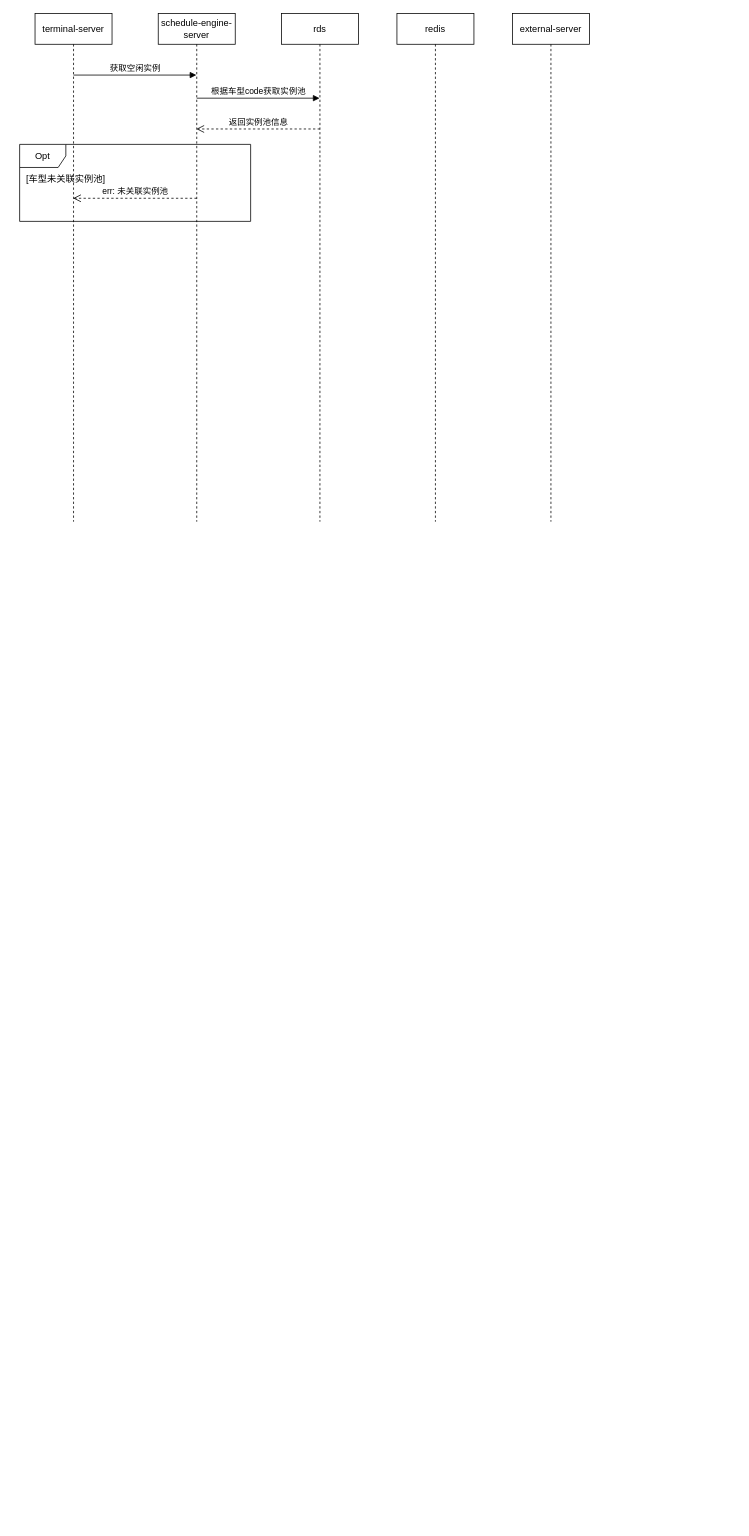
The draw.io diagram mbo/调度引擎-获取空闲实例.drawio in twomorehours/drawio-repo, before the edit. Source tidied: cells renumbered, new cells numbered last; positions are measured from the earlier drawing's top-left corner, leaving out a move shared by most shapes. Both pictures are drawn from the tidied source at 77%, with x=0, y=0 at pixel (19, 13).
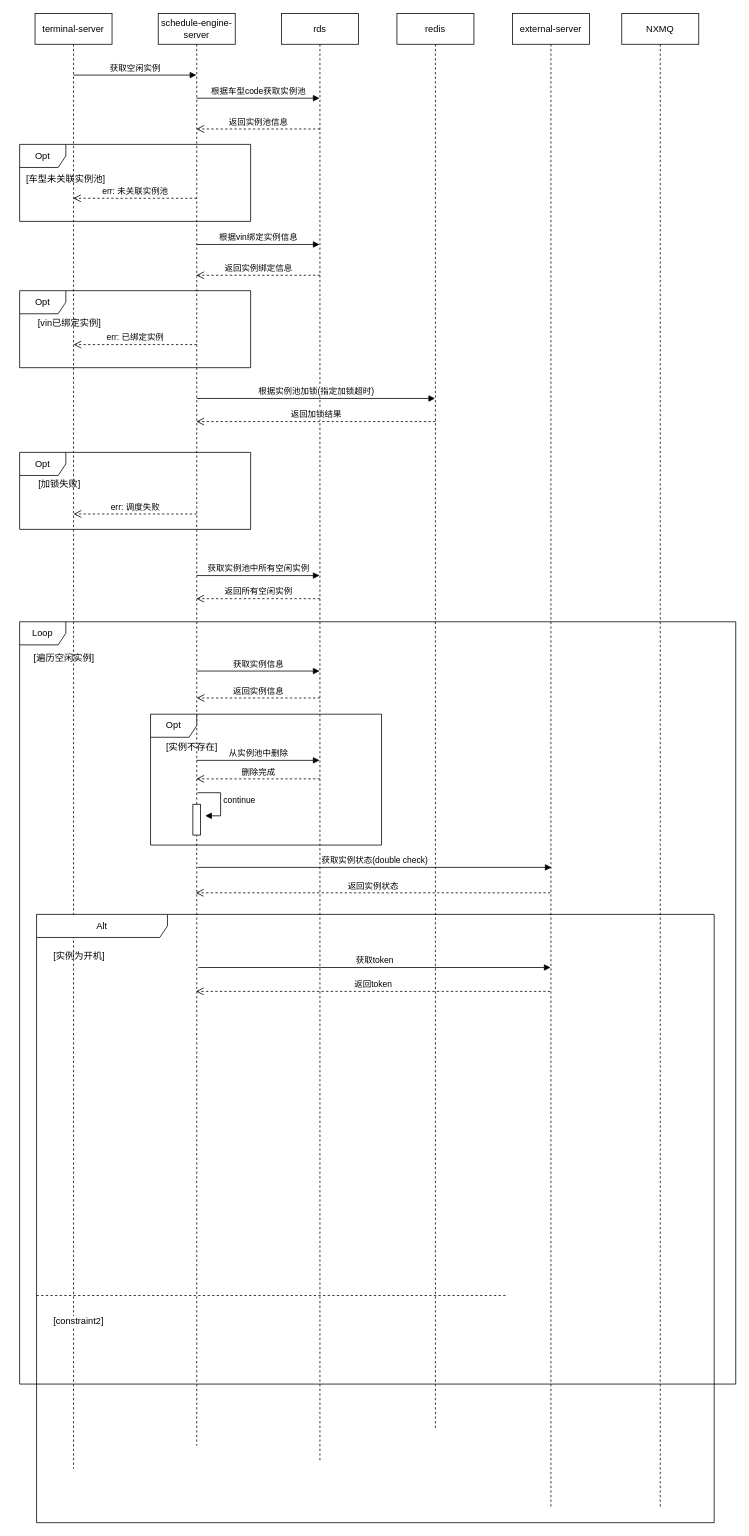
The same page after the edit.

Commit message:
已添加 调度引擎-获取空闲实例.drawio

Change to the diagram source:
```diff
@@
     <mxCell id="2" value="terminal-server" style="shape=umlLifeline;perimeter=lifelinePerimeter;whiteSpace=wrap;html=1;outlineConnect=0;portConstraint=eastwest;newEdgeStyle={&quot;curved&quot;:0,&quot;rounded&quot;:0};" parent="1" vertex="1">
-      <mxGeometry x="20" width="100" height="660" as="geometry" />
+      <mxGeometry x="20" width="100" height="1890" as="geometry" />
     </mxCell>
     <mxCell id="3" value="schedule-engine-server" style="shape=umlLifeline;perimeter=lifelinePerimeter;whiteSpace=wrap;html=1;outlineConnect=0;portConstraint=eastwest;newEdgeStyle={&quot;curved&quot;:0,&quot;rounded&quot;:0};" parent="1" vertex="1">
-      <mxGeometry x="180" width="100" height="660" as="geometry" />
+      <mxGeometry x="180" width="100" height="1860" as="geometry" />
     </mxCell>
     <mxCell id="4" value="rds" style="shape=umlLifeline;perimeter=lifelinePerimeter;whiteSpace=wrap;html=1;outlineConnect=0;portConstraint=eastwest;newEdgeStyle={&quot;curved&quot;:0,&quot;rounded&quot;:0};" parent="1" vertex="1">
-      <mxGeometry x="340" width="100" height="660" as="geometry" />
+      <mxGeometry x="340" width="100" height="1880" as="geometry" />
     </mxCell>
     <mxCell id="5" value="redis" style="shape=umlLifeline;perimeter=lifelinePerimeter;whiteSpace=wrap;html=1;outlineConnect=0;portConstraint=eastwest;newEdgeStyle={&quot;curved&quot;:0,&quot;rounded&quot;:0};" parent="1" vertex="1">
-      <mxGeometry x="490" width="100" height="660" as="geometry" />
+      <mxGeometry x="490" width="100" height="1840" as="geometry" />
     </mxCell>
     <mxCell id="6" value="external-server" style="shape=umlLifeline;perimeter=lifelinePerimeter;whiteSpace=wrap;html=1;newEdgeStyle={&quot;curved&quot;:0,&quot;rounded&quot;:0};" parent="1" vertex="1">
-      <mxGeometry x="640" width="100" height="660" as="geometry" />
+      <mxGeometry x="640" width="100" height="1940" as="geometry" />
     </mxCell>
@@
+    <mxCell id="13" value="根据vin绑定实例信息" style="html=1;verticalAlign=bottom;endArrow=block;curved=0;rounded=0;" parent="1" edge="1" target="4">
+      <mxGeometry relative="1" as="geometry">
+        <mxPoint x="230" y="300" as="sourcePoint" />
+      </mxGeometry>
+    </mxCell>
+    <mxCell id="14" value="返回实例绑定信息" style="html=1;verticalAlign=bottom;endArrow=open;dashed=1;endSize=8;curved=0;rounded=0;" parent="1" edge="1">
+      <mxGeometry relative="1" as="geometry">
+        <mxPoint x="390" y="340" as="sourcePoint" />
+        <mxPoint x="229.5" y="340" as="targetPoint" />
+      </mxGeometry>
+    </mxCell>
+    <mxCell id="15" value="Opt" style="shape=umlFrame;whiteSpace=wrap;html=1;" parent="1" vertex="1">
+      <mxGeometry y="360" width="300" height="100" as="geometry" />
+    </mxCell>
+    <mxCell id="16" value="[vin已绑定实例]" style="text;html=1;strokeColor=none;fillColor=none;align=center;verticalAlign=middle;whiteSpace=wrap;rounded=0;" parent="1" vertex="1">
+      <mxGeometry x="5" y="388" width="120" height="30" as="geometry" />
+    </mxCell>
+    <mxCell id="17" value="err: 已绑定实例" style="html=1;verticalAlign=bottom;endArrow=open;dashed=1;endSize=8;curved=0;rounded=0;" parent="1" edge="1">
+      <mxGeometry relative="1" as="geometry">
+        <mxPoint x="230" y="430" as="sourcePoint" />
+        <mxPoint x="70" y="430" as="targetPoint" />
+      </mxGeometry>
+    </mxCell>
+    <mxCell id="18" value="根据实例池加锁(指定加锁超时)" style="html=1;verticalAlign=bottom;endArrow=block;curved=0;rounded=0;" parent="1" edge="1" target="5">
+      <mxGeometry relative="1" as="geometry">
+        <mxPoint x="230" y="500" as="sourcePoint" />
+      </mxGeometry>
+    </mxCell>
+    <mxCell id="19" value="返回加锁结果" style="html=1;verticalAlign=bottom;endArrow=open;dashed=1;endSize=8;curved=0;rounded=0;" parent="1" edge="1" target="3">
+      <mxGeometry relative="1" as="geometry">
+        <mxPoint x="540" y="530" as="sourcePoint" />
+      </mxGeometry>
+    </mxCell>
+    <mxCell id="20" value="Opt" style="shape=umlFrame;whiteSpace=wrap;html=1;" parent="1" vertex="1">
+      <mxGeometry y="570" width="300" height="100" as="geometry" />
+    </mxCell>
+    <mxCell id="21" value="[加锁失败]" style="text;html=1;strokeColor=none;fillColor=none;align=center;verticalAlign=middle;whiteSpace=wrap;rounded=0;" parent="1" vertex="1">
+      <mxGeometry x="-8" y="596" width="120" height="30" as="geometry" />
+    </mxCell>
+    <mxCell id="22" value="err: 调度失败" style="html=1;verticalAlign=bottom;endArrow=open;dashed=1;endSize=8;curved=0;rounded=0;" parent="1" edge="1">
+      <mxGeometry relative="1" as="geometry">
+        <mxPoint x="230" y="650" as="sourcePoint" />
+        <mxPoint x="70" y="650" as="targetPoint" />
+      </mxGeometry>
+    </mxCell>
+    <mxCell id="23" value="获取实例池中所有空闲实例" style="html=1;verticalAlign=bottom;endArrow=block;curved=0;rounded=0;" parent="1" edge="1" target="4">
+      <mxGeometry relative="1" as="geometry">
+        <mxPoint x="230" y="730" as="sourcePoint" />
+      </mxGeometry>
+    </mxCell>
+    <mxCell id="24" value="返回所有空闲实例" style="html=1;verticalAlign=bottom;endArrow=open;dashed=1;endSize=8;curved=0;rounded=0;" parent="1" edge="1" target="3">
+      <mxGeometry relative="1" as="geometry">
+        <mxPoint x="390" y="760" as="sourcePoint" />
+      </mxGeometry>
+    </mxCell>
+    <mxCell id="25" value="Loop" style="shape=umlFrame;whiteSpace=wrap;html=1;" parent="1" vertex="1">
+      <mxGeometry y="790" width="930" height="990" as="geometry" />
+    </mxCell>
+    <mxCell id="26" value="[遍历空闲实例]" style="text;html=1;strokeColor=none;fillColor=none;align=center;verticalAlign=middle;whiteSpace=wrap;rounded=0;" parent="1" vertex="1">
+      <mxGeometry x="10" y="822" width="96" height="30" as="geometry" />
+    </mxCell>
+    <mxCell id="27" value="获取实例状态(double check)" style="html=1;verticalAlign=bottom;endArrow=block;curved=0;rounded=0;" parent="1" edge="1">
+      <mxGeometry relative="1" as="geometry">
+        <mxPoint x="231.2" y="1109" as="sourcePoint" />
+        <mxPoint x="690.8" y="1109" as="targetPoint" />
+      </mxGeometry>
+    </mxCell>
+    <mxCell id="28" value="返回实例状态" style="html=1;verticalAlign=bottom;endArrow=open;dashed=1;endSize=8;curved=0;rounded=0;" parent="1" edge="1">
+      <mxGeometry relative="1" as="geometry">
+        <mxPoint x="689.2" y="1142" as="sourcePoint" />
+        <mxPoint x="228.8" y="1142" as="targetPoint" />
+      </mxGeometry>
+    </mxCell>
+    <mxCell id="29" value="Alt" style="shape=umlFrame;whiteSpace=wrap;html=1;width=170;" parent="1" vertex="1">
+      <mxGeometry x="22" y="1170" width="880" height="790" as="geometry" />
+    </mxCell>
+    <mxCell id="30" value="[实例为开机]" style="text;html=1;" parent="29" vertex="1">
+      <mxGeometry width="100" height="20" relative="1" as="geometry">
+        <mxPoint x="20" y="40" as="offset" />
+      </mxGeometry>
+    </mxCell>
+    <mxCell id="31" value="[constraint2]" style="line;strokeWidth=1;dashed=1;labelPosition=center;verticalLabelPosition=bottom;align=left;verticalAlign=top;spacingLeft=20;spacingTop=15;html=1;whiteSpace=wrap;" parent="29" vertex="1">
+      <mxGeometry y="490" width="610" height="10" as="geometry" />
+    </mxCell>
+    <mxCell id="32" value="获取token" style="html=1;verticalAlign=bottom;endArrow=block;curved=0;rounded=0;" parent="29" edge="1">
+      <mxGeometry relative="1" as="geometry">
+        <mxPoint x="210" y="69" as="sourcePoint" />
+        <mxPoint x="667.5" y="69" as="targetPoint" />
+      </mxGeometry>
+    </mxCell>
+    <mxCell id="33" value="返回token" style="html=1;verticalAlign=bottom;endArrow=open;dashed=1;endSize=8;curved=0;rounded=0;" parent="29" edge="1">
+      <mxGeometry relative="1" as="geometry">
+        <mxPoint x="667" y="100" as="sourcePoint" />
+        <mxPoint x="207" y="100" as="targetPoint" />
+      </mxGeometry>
+    </mxCell>
+    <mxCell id="34" value="NXMQ" style="shape=umlLifeline;perimeter=lifelinePerimeter;whiteSpace=wrap;html=1;newEdgeStyle={&quot;curved&quot;:0,&quot;rounded&quot;:0};" parent="1" vertex="1">
+      <mxGeometry x="782" width="100" height="1940" as="geometry" />
+    </mxCell>
+    <mxCell id="35" value="获取实例信息" style="html=1;verticalAlign=bottom;endArrow=block;curved=0;rounded=0;" parent="1" edge="1">
+      <mxGeometry relative="1" as="geometry">
+        <mxPoint x="230" y="854" as="sourcePoint" />
+        <mxPoint x="389.5" y="854" as="targetPoint" />
+      </mxGeometry>
+    </mxCell>
+    <mxCell id="36" value="返回实例信息" style="html=1;verticalAlign=bottom;endArrow=open;dashed=1;endSize=8;curved=0;rounded=0;" parent="1" edge="1">
+      <mxGeometry relative="1" as="geometry">
+        <mxPoint x="390" y="889" as="sourcePoint" />
+        <mxPoint x="230" y="889" as="targetPoint" />
+      </mxGeometry>
+    </mxCell>
+    <mxCell id="37" value="Opt" style="shape=umlFrame;whiteSpace=wrap;html=1;" parent="1" vertex="1">
+      <mxGeometry x="170" y="910" width="300" height="170" as="geometry" />
+    </mxCell>
+    <mxCell id="38" value="[实例不存在]" style="text;html=1;strokeColor=none;fillColor=none;align=center;verticalAlign=middle;whiteSpace=wrap;rounded=0;" parent="1" vertex="1">
+      <mxGeometry x="176" y="938" width="96" height="30" as="geometry" />
+    </mxCell>
+    <mxCell id="39" value="从实例池中删除" style="html=1;verticalAlign=bottom;endArrow=block;curved=0;rounded=0;" parent="1" edge="1" target="4">
+      <mxGeometry relative="1" as="geometry">
+        <mxPoint x="230" y="970" as="sourcePoint" />
+      </mxGeometry>
+    </mxCell>
+    <mxCell id="40" value="删除完成" style="html=1;verticalAlign=bottom;endArrow=open;dashed=1;endSize=8;curved=0;rounded=0;" parent="1" edge="1">
+      <mxGeometry relative="1" as="geometry">
+        <mxPoint x="390" y="994" as="sourcePoint" />
+        <mxPoint x="229.5" y="994" as="targetPoint" />
+      </mxGeometry>
+    </mxCell>
+    <mxCell id="41" style="html=1;perimeter=orthogonalPerimeter;targetShapes=umlLifeline;newEdgeStyle={&quot;curved&quot;:0,&quot;rounded&quot;:0};" parent="1" vertex="1">
+      <mxGeometry x="225" y="1027" width="10" height="40" as="geometry" />
+    </mxCell>
+    <mxCell id="42" value="continue" style="html=1;align=left;spacingLeft=2;endArrow=block;rounded=0;edgeStyle=orthogonalEdgeStyle;curved=0;rounded=0;" parent="1" edge="1">
+      <mxGeometry relative="1" as="geometry">
+        <mxPoint x="231" y="1012" as="sourcePoint" />
+        <mxPoint x="241" y="1042" as="targetPoint" />
+        <Array as="points">
+          <mxPoint x="261" y="1042" />
+        </Array>
+      </mxGeometry>
+    </mxCell>
```
